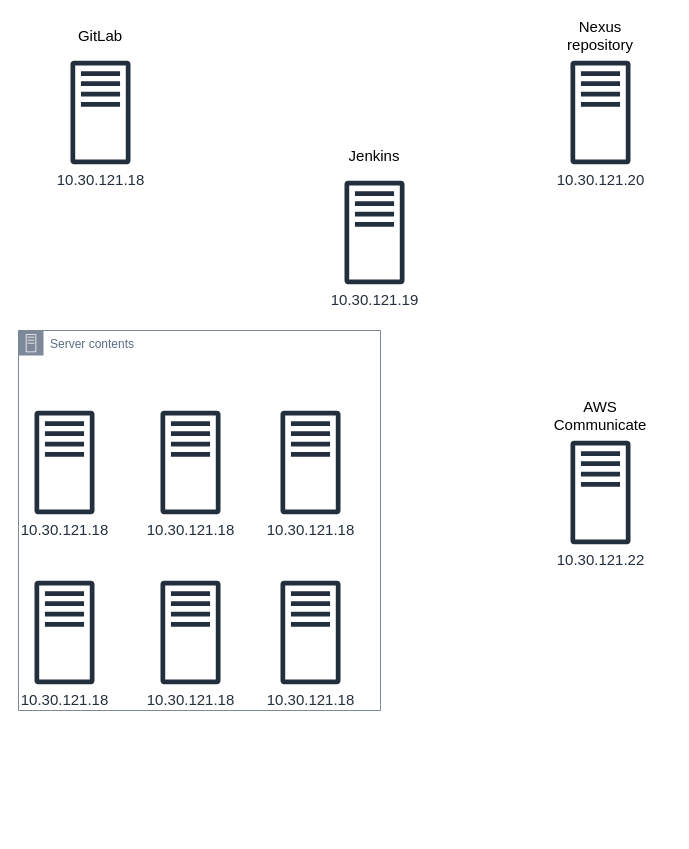
Earlier version of the draw.io diagram iCollect-UAT.drawio (TranHoang1/TipsOfSpringFramework). Source tidied: cells renumbered, new cells numbered last; positions are measured from the earlier drawing's top-left corner, leaving out a move shared by most shapes. Both pictures are drawn from the tidied source at 100%, with x=0, y=0 at pixel (18, 20).
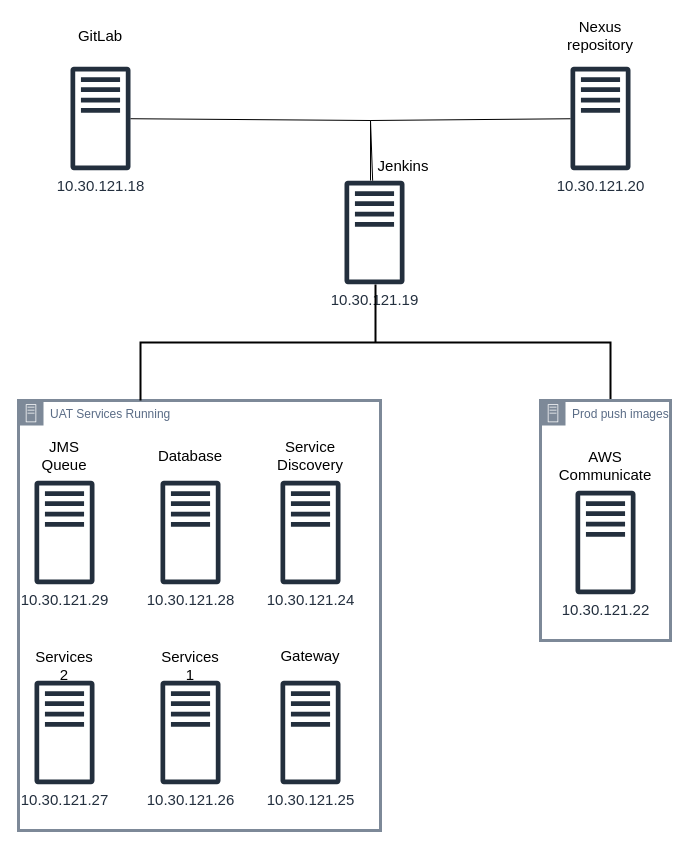
The same diagram, later.

Commit message:
Cập nhật iCollect-UAT.drawio

The change refers to these unchanged cells:
```xml
<mxCell id="11" value="10.30.121.19" style="sketch=0;outlineConnect=0;fontColor=#232F3E;gradientColor=none;fillColor=#232F3D;strokeColor=none;dashed=0;verticalLabelPosition=bottom;verticalAlign=top;align=center;html=1;fontSize=15;fontStyle=0;shape=mxgraph.aws4.traditional_server;" parent="1" vertex="1">
  <mxGeometry x="326" y="160" width="60" height="104" as="geometry" />
</mxCell>
```

The edit, as a diff of the source:
```diff
@@
     <mxCell id="2" value="10.30.121.20" style="sketch=0;outlineConnect=0;fontColor=#232F3E;gradientColor=none;fillColor=#232F3D;strokeColor=none;dashed=0;verticalLabelPosition=bottom;verticalAlign=top;align=center;html=1;fontSize=15;fontStyle=0;shape=mxgraph.aws4.traditional_server;" parent="1" vertex="1">
-      <mxGeometry x="552" y="40" width="60" height="104" as="geometry" />
+      <mxGeometry x="552" y="46" width="60" height="104" as="geometry" />
     </mxCell>
-    <mxCell id="3" value="Server contents" style="gradientColor=none;html=1;whiteSpace=wrap;fontSize=12;fontStyle=0;shape=mxgraph.aws4.group;grIcon=mxgraph.aws4.group_on_premise;strokeColor=#7D8998;fillColor=none;verticalAlign=top;align=left;spacingLeft=30;fontColor=#5A6C86;dashed=0;" parent="1" vertex="1">
-      <mxGeometry y="310" width="362" height="380" as="geometry" />
+    <mxCell id="3" value="UAT Services Running" style="gradientColor=none;html=1;whiteSpace=wrap;fontSize=12;fontStyle=0;shape=mxgraph.aws4.group;grIcon=mxgraph.aws4.group_on_premise;strokeColor=#7D8998;fillColor=none;verticalAlign=top;align=left;spacingLeft=30;fontColor=#5A6C86;dashed=0;strokeWidth=3;" parent="1" vertex="1">
+      <mxGeometry y="380" width="362" height="430" as="geometry" />
     </mxCell>
-    <mxCell id="4" value="10.30.121.18" style="sketch=0;fontColor=#232F3E;gradientColor=none;fillColor=#232F3D;strokeColor=none;dashed=0;verticalLabelPosition=bottom;verticalAlign=top;align=center;html=1;fontSize=15;fontStyle=0;shape=mxgraph.aws4.traditional_server;" parent="3" vertex="1">
-      <mxGeometry x="16" y="250" width="60" height="104" as="geometry" />
+    <mxCell id="4" value="10.30.121.27" style="sketch=0;fontColor=#232F3E;gradientColor=none;fillColor=#232F3D;strokeColor=none;dashed=0;verticalLabelPosition=bottom;verticalAlign=top;align=center;html=1;fontSize=15;fontStyle=0;shape=mxgraph.aws4.traditional_server;" parent="3" vertex="1">
+      <mxGeometry x="16" y="280" width="60" height="104" as="geometry" />
     </mxCell>
-    <mxCell id="5" value="10.30.121.18" style="sketch=0;fontColor=#232F3E;gradientColor=none;fillColor=#232F3D;strokeColor=none;dashed=0;verticalLabelPosition=bottom;verticalAlign=top;align=center;html=1;fontSize=15;fontStyle=0;shape=mxgraph.aws4.traditional_server;" parent="3" vertex="1">
+    <mxCell id="5" value="10.30.121.29" style="sketch=0;fontColor=#232F3E;gradientColor=none;fillColor=#232F3D;strokeColor=none;dashed=0;verticalLabelPosition=bottom;verticalAlign=top;align=center;html=1;fontSize=15;fontStyle=0;shape=mxgraph.aws4.traditional_server;" parent="3" vertex="1">
       <mxGeometry x="16" y="80" width="60" height="104" as="geometry" />
     </mxCell>
-    <mxCell id="6" value="10.30.121.18" style="sketch=0;fontColor=#232F3E;gradientColor=none;fillColor=#232F3D;strokeColor=none;dashed=0;verticalLabelPosition=bottom;verticalAlign=top;align=center;html=1;fontSize=15;fontStyle=0;shape=mxgraph.aws4.traditional_server;" parent="3" vertex="1">
-      <mxGeometry x="262" y="250" width="60" height="104" as="geometry" />
+    <mxCell id="6" value="10.30.121.25" style="sketch=0;fontColor=#232F3E;gradientColor=none;fillColor=#232F3D;strokeColor=none;dashed=0;verticalLabelPosition=bottom;verticalAlign=top;align=center;html=1;fontSize=15;fontStyle=0;shape=mxgraph.aws4.traditional_server;" parent="3" vertex="1">
+      <mxGeometry x="262" y="280" width="60" height="104" as="geometry" />
     </mxCell>
-    <mxCell id="7" value="10.30.121.18" style="sketch=0;fontColor=#232F3E;gradientColor=none;fillColor=#232F3D;strokeColor=none;dashed=0;verticalLabelPosition=bottom;verticalAlign=top;align=center;html=1;fontSize=15;fontStyle=0;shape=mxgraph.aws4.traditional_server;" parent="3" vertex="1">
+    <mxCell id="7" value="10.30.121.24" style="sketch=0;fontColor=#232F3E;gradientColor=none;fillColor=#232F3D;strokeColor=none;dashed=0;verticalLabelPosition=bottom;verticalAlign=top;align=center;html=1;fontSize=15;fontStyle=0;shape=mxgraph.aws4.traditional_server;" parent="3" vertex="1">
       <mxGeometry x="262" y="80" width="60" height="104" as="geometry" />
     </mxCell>
-    <mxCell id="8" value="10.30.121.18" style="sketch=0;fontColor=#232F3E;gradientColor=none;fillColor=#232F3D;strokeColor=none;dashed=0;verticalLabelPosition=bottom;verticalAlign=top;align=center;html=1;fontSize=15;fontStyle=0;shape=mxgraph.aws4.traditional_server;" parent="3" vertex="1">
+    <mxCell id="8" value="10.30.121.28" style="sketch=0;fontColor=#232F3E;gradientColor=none;fillColor=#232F3D;strokeColor=none;dashed=0;verticalLabelPosition=bottom;verticalAlign=top;align=center;html=1;fontSize=15;fontStyle=0;shape=mxgraph.aws4.traditional_server;" parent="3" vertex="1">
       <mxGeometry x="142" y="80" width="60" height="104" as="geometry" />
     </mxCell>
-    <mxCell id="9" value="10.30.121.18" style="sketch=0;fontColor=#232F3E;gradientColor=none;fillColor=#232F3D;strokeColor=none;dashed=0;verticalLabelPosition=bottom;verticalAlign=top;align=center;html=1;fontSize=15;fontStyle=0;shape=mxgraph.aws4.traditional_server;" parent="3" vertex="1">
-      <mxGeometry x="142" y="250" width="60" height="104" as="geometry" />
+    <mxCell id="9" value="10.30.121.26" style="sketch=0;fontColor=#232F3E;gradientColor=none;fillColor=#232F3D;strokeColor=none;dashed=0;verticalLabelPosition=bottom;verticalAlign=top;align=center;html=1;fontSize=15;fontStyle=0;shape=mxgraph.aws4.traditional_server;" parent="3" vertex="1">
+      <mxGeometry x="142" y="280" width="60" height="104" as="geometry" />
     </mxCell>
+    <mxCell id="17" value="JMS Queue" style="text;html=1;align=center;verticalAlign=middle;whiteSpace=wrap;rounded=0;fontSize=15;" parent="3" vertex="1">
+      <mxGeometry x="16" y="40" width="60" height="30" as="geometry" />
+    </mxCell>
+    <mxCell id="18" value="Database" style="text;html=1;align=center;verticalAlign=middle;whiteSpace=wrap;rounded=0;fontSize=15;" parent="3" vertex="1">
+      <mxGeometry x="142" y="40" width="60" height="30" as="geometry" />
+    </mxCell>
+    <mxCell id="19" value="Service Discovery" style="text;html=1;align=center;verticalAlign=middle;whiteSpace=wrap;rounded=0;fontSize=15;" parent="3" vertex="1">
+      <mxGeometry x="262" y="40" width="60" height="30" as="geometry" />
+    </mxCell>
+    <mxCell id="20" value="Gateway" style="text;html=1;align=center;verticalAlign=middle;whiteSpace=wrap;rounded=0;fontSize=15;" parent="3" vertex="1">
+      <mxGeometry x="262" y="240" width="60" height="30" as="geometry" />
+    </mxCell>
+    <mxCell id="21" value="Services 1" style="text;html=1;align=center;verticalAlign=middle;whiteSpace=wrap;rounded=0;fontSize=15;" parent="3" vertex="1">
+      <mxGeometry x="142" y="250" width="60" height="30" as="geometry" />
+    </mxCell>
+    <mxCell id="22" value="Services 2" style="text;html=1;align=center;verticalAlign=middle;whiteSpace=wrap;rounded=0;fontSize=15;" parent="3" vertex="1">
+      <mxGeometry x="16" y="250" width="60" height="30" as="geometry" />
+    </mxCell>
     <mxCell id="10" value="10.30.121.18" style="sketch=0;outlineConnect=0;fontColor=#232F3E;gradientColor=none;fillColor=#232F3D;strokeColor=none;dashed=0;verticalLabelPosition=bottom;verticalAlign=top;align=center;html=1;fontSize=15;fontStyle=0;shape=mxgraph.aws4.traditional_server;" parent="1" vertex="1">
-      <mxGeometry x="52" y="40" width="60" height="104" as="geometry" />
+      <mxGeometry x="52" y="46" width="60" height="104" as="geometry" />
     </mxCell>
@@
-    <mxCell id="12" value="10.30.121.22" style="sketch=0;fontColor=#232F3E;gradientColor=none;fillColor=#232F3D;strokeColor=none;dashed=0;verticalLabelPosition=bottom;verticalAlign=top;align=center;html=1;fontSize=15;fontStyle=0;shape=mxgraph.aws4.traditional_server;" parent="1" vertex="1">
-      <mxGeometry x="552" y="420" width="60" height="104" as="geometry" />
-    </mxCell>
@@
     <mxCell id="14" value="Jenkins" style="text;html=1;align=center;verticalAlign=middle;whiteSpace=wrap;rounded=0;fontSize=15;" parent="1" vertex="1">
-      <mxGeometry x="326" y="120" width="60" height="30" as="geometry" />
+      <mxGeometry x="355" y="130" width="60" height="30" as="geometry" />
     </mxCell>
@@
+    <mxCell id="23" style="endArrow=none;html=1;rounded=0;" parent="1" edge="1" source="11" target="10">
+      <mxGeometry relative="1" as="geometry">
+        <Array as="points">
+          <mxPoint x="352" y="100" />
+        </Array>
+      </mxGeometry>
+    </mxCell>
+    <mxCell id="24" style="endArrow=none;html=1;rounded=0;" parent="1" edge="1" target="2">
+      <mxGeometry relative="1" as="geometry">
+        <mxPoint x="352" y="160" as="sourcePoint" />
+        <Array as="points">
+          <mxPoint x="352" y="100" />
+        </Array>
+      </mxGeometry>
+    </mxCell>
+    <mxCell id="25" style="strokeWidth=2;html=1;shape=mxgraph.flowchart.annotation_2;align=left;labelPosition=right;direction=south;" parent="1" vertex="1">
+      <mxGeometry x="122" y="264" width="470" height="116" as="geometry" />
+    </mxCell>
+    <mxCell id="26" value="Prod push images" style="gradientColor=none;html=1;whiteSpace=wrap;fontSize=12;fontStyle=0;shape=mxgraph.aws4.group;grIcon=mxgraph.aws4.group_on_premise;strokeColor=#7D8998;fillColor=none;verticalAlign=top;align=left;spacingLeft=30;fontColor=#5A6C86;dashed=0;strokeWidth=3;" parent="1" vertex="1">
+      <mxGeometry x="522" y="380" width="130" height="240" as="geometry" />
+    </mxCell>
+    <mxCell id="12" value="10.30.121.22" style="sketch=0;fontColor=#232F3E;gradientColor=none;fillColor=#232F3D;strokeColor=none;dashed=0;verticalLabelPosition=bottom;verticalAlign=top;align=center;html=1;fontSize=15;fontStyle=0;shape=mxgraph.aws4.traditional_server;" parent="26" vertex="1">
+      <mxGeometry x="35" y="90" width="60" height="104" as="geometry" />
+    </mxCell>
-    <mxCell id="16" value="AWS Communicate" style="text;html=1;align=center;verticalAlign=middle;whiteSpace=wrap;rounded=0;fontSize=15;" parent="1" vertex="1">
-      <mxGeometry x="552" y="380" width="60" height="30" as="geometry" />
+    <mxCell id="16" value="AWS Communicate" style="text;html=1;align=center;verticalAlign=middle;whiteSpace=wrap;rounded=0;fontSize=15;" parent="26" vertex="1">
+      <mxGeometry x="35" y="50" width="60" height="30" as="geometry" />
     </mxCell>
```
